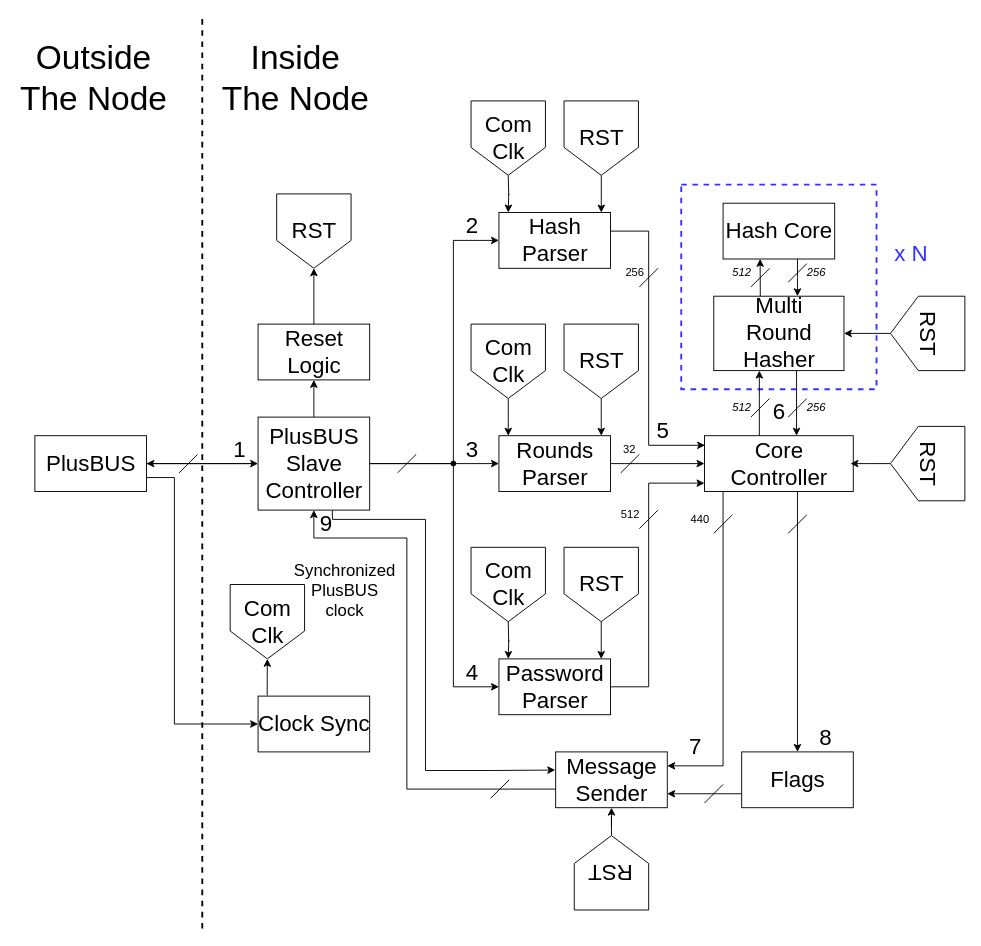
Above: figures/prototype/node_structure/node_structure.drawio in Niclasapdk/ESD3_project (draw.io), before the change. Source tidied: cells renumbered, new cells numbered last; positions are measured from the earlier drawing's top-left corner, leaving out a move shared by most shapes. Both pictures are drawn from the tidied source at 93%, with x=0, y=0 at pixel (16, 17).
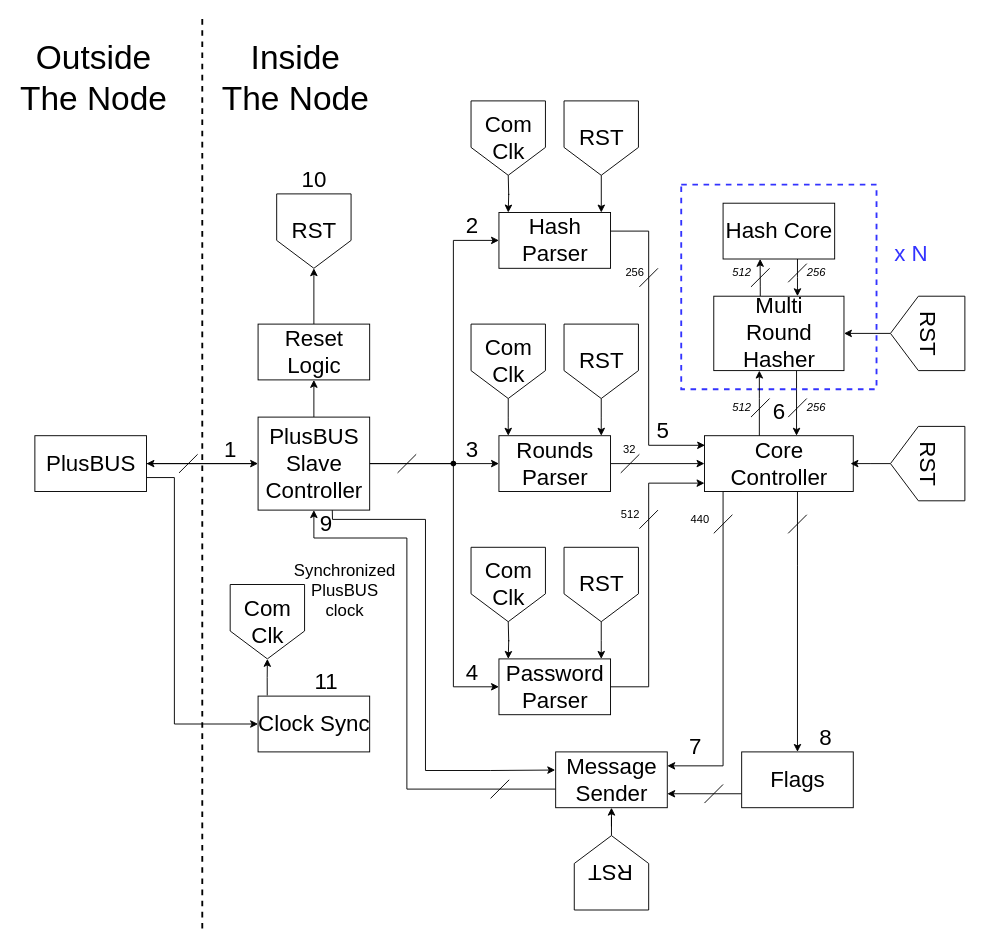
The same page after the edit.

Commit message:
Add numbers to node_structure

The edit, as a diff of the source:
```diff
@@
     <mxCell id="53" value="&lt;font style=&quot;font-size: 24px;&quot;&gt;1&lt;/font&gt;" style="text;html=1;strokeColor=none;fillColor=none;align=center;verticalAlign=middle;rounded=0;" parent="1" vertex="1">
-      <mxGeometry x="210" y="450" width="60" height="30" as="geometry" />
+      <mxGeometry x="200" y="450" width="60" height="30" as="geometry" />
     </mxCell>
@@
+    <mxCell id="92" value="&lt;font style=&quot;font-size: 24px;&quot;&gt;10&lt;/font&gt;" style="text;html=1;strokeColor=none;fillColor=none;align=center;verticalAlign=middle;rounded=0;" parent="1" vertex="1">
+      <mxGeometry x="290" y="160" width="60" height="30" as="geometry" />
+    </mxCell>
+    <mxCell id="93" value="&lt;font style=&quot;font-size: 24px;&quot;&gt;11&lt;/font&gt;" style="text;html=1;strokeColor=none;fillColor=none;align=center;verticalAlign=middle;rounded=0;" parent="1" vertex="1">
+      <mxGeometry x="303" y="700" width="60" height="30" as="geometry" />
+    </mxCell>
```
